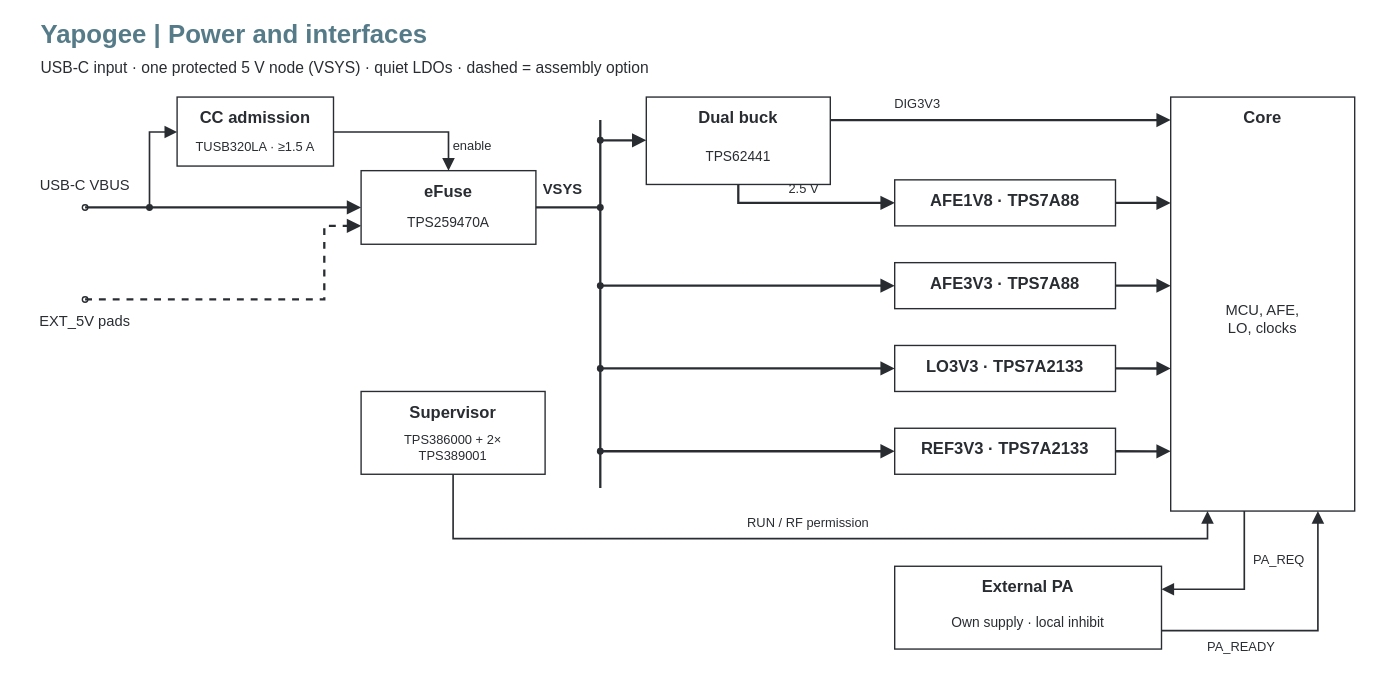
Before: page "Power and interfaces" (3 of 3) of hardware/devboard/architecture/architecture.drawio in Rivercraft911/yapogee, a draw.io diagram. Source tidied: cells renumbered, new cells numbered last; positions are measured from the earlier drawing's top-left corner, leaving out a move shared by most shapes. Both pictures are drawn from the tidied source at 92%, with x=0, y=0 at pixel (16, 16).
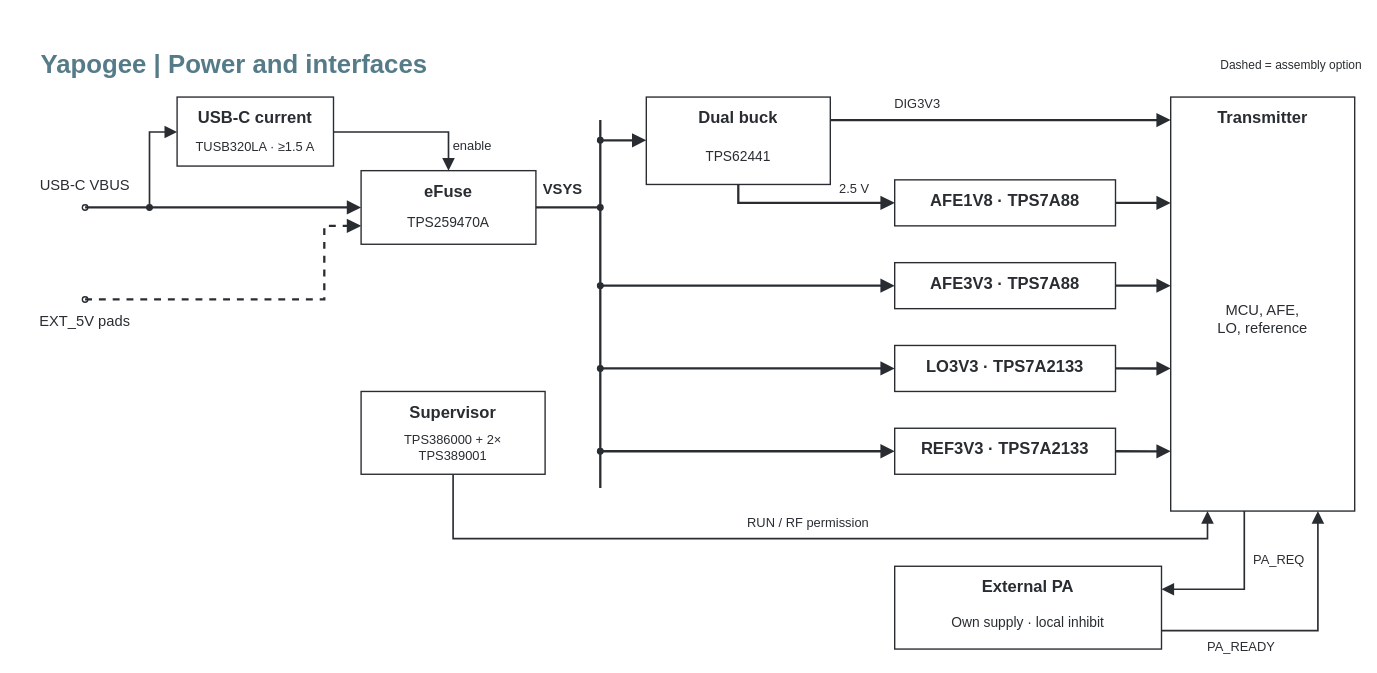
The same diagram, later.

Unchanged cells that the change refers to:
```xml
<mxCell id="6" style="group;html=0;" parent="1" vertex="1">
  <mxGeometry x="175" y="88" width="170" height="75" as="geometry" />
</mxCell>
<mxCell id="30" style="group;html=0;" parent="1" vertex="1">
  <mxGeometry x="1255" y="88" width="200" height="450" as="geometry" />
</mxCell>
```

The edit, as a diff of the source:
```diff
@@
     <mxCell id="2" value="Yapogee | Power and interfaces" style="text;html=0;whiteSpace=wrap;overflow=hidden;rounded=0;fillColor=none;strokeColor=none;fontFamily=Arial;fontSize=28;fontColor=#557b89;fontStyle=1;align=left;verticalAlign=middle;spacing=0;" parent="1" vertex="1">
-      <mxGeometry x="27" width="1436" height="40" as="geometry" />
+      <mxGeometry x="27" y="32" width="1436" height="40" as="geometry" />
     </mxCell>
-    <mxCell id="3" value="USB-C input · one protected 5 V node (VSYS) · quiet LDOs · dashed = assembly option" style="text;html=0;whiteSpace=wrap;overflow=hidden;rounded=0;fillColor=none;strokeColor=none;fontFamily=Arial;fontSize=17;fontColor=#292d32;fontStyle=0;align=left;verticalAlign=middle;spacing=0;" parent="1" vertex="1">
-      <mxGeometry x="27" y="43" width="1436" height="28" as="geometry" />
+    <mxCell id="3" value="Dashed = assembly option" style="text;html=0;whiteSpace=wrap;overflow=hidden;rounded=0;fillColor=none;strokeColor=none;fontFamily=Arial;fontSize=13;fontColor=#292d32;fontStyle=0;align=right;verticalAlign=middle;spacing=0;" parent="1" vertex="1">
+      <mxGeometry x="1195" y="41" width="268" height="24" as="geometry" />
     </mxCell>
@@
-    <mxCell id="8" value="CC admission" style="text;html=0;whiteSpace=wrap;overflow=hidden;rounded=0;fillColor=none;strokeColor=none;fontFamily=Arial;fontSize=18;fontColor=#292d32;fontStyle=1;align=center;verticalAlign=middle;spacing=0;" parent="6" vertex="1">
+    <mxCell id="8" value="USB-C current" style="text;html=0;whiteSpace=wrap;overflow=hidden;rounded=0;fillColor=none;strokeColor=none;fontFamily=Arial;fontSize=18;fontColor=#292d32;fontStyle=1;align=center;verticalAlign=middle;spacing=0;" parent="6" vertex="1">
       <mxGeometry x="10" y="10" width="150" height="25" as="geometry" />
     </mxCell>
@@
-    <mxCell id="32" value="Core" style="text;html=0;whiteSpace=wrap;overflow=hidden;rounded=0;fillColor=none;strokeColor=none;fontFamily=Arial;fontSize=18;fontColor=#292d32;fontStyle=1;align=center;verticalAlign=middle;spacing=0;" parent="30" vertex="1">
+    <mxCell id="32" value="Transmitter" style="text;html=0;whiteSpace=wrap;overflow=hidden;rounded=0;fillColor=none;strokeColor=none;fontFamily=Arial;fontSize=18;fontColor=#292d32;fontStyle=1;align=center;verticalAlign=middle;spacing=0;" parent="30" vertex="1">
       <mxGeometry x="10" y="10" width="180" height="25" as="geometry" />
     </mxCell>
-    <mxCell id="33" value="MCU, AFE,&#10;LO, clocks" style="text;html=0;whiteSpace=wrap;overflow=hidden;rounded=0;fillColor=none;strokeColor=none;fontFamily=Arial;fontSize=16;fontColor=#292d32;fontStyle=0;align=center;verticalAlign=middle;spacing=0;" parent="30" vertex="1">
+    <mxCell id="33" value="MCU, AFE,&#10;LO, reference" style="text;html=0;whiteSpace=wrap;overflow=hidden;rounded=0;fillColor=none;strokeColor=none;fontFamily=Arial;fontSize=16;fontColor=#292d32;fontStyle=0;align=center;verticalAlign=middle;spacing=0;" parent="30" vertex="1">
       <mxGeometry x="12" y="42" width="176" height="398" as="geometry" />
     </mxCell>
@@
     <mxCell id="40" value="2.5 V" style="text;html=0;whiteSpace=wrap;overflow=hidden;rounded=0;fillColor=none;strokeColor=none;fontFamily=Arial;fontSize=14;fontColor=#292d32;fontStyle=0;align=left;verticalAlign=middle;spacing=0;" parent="1" vertex="1">
-      <mxGeometry x="840" y="177" width="60" height="22" as="geometry" />
+      <mxGeometry x="895" y="176" width="55" height="24" as="geometry" />
     </mxCell>
```
